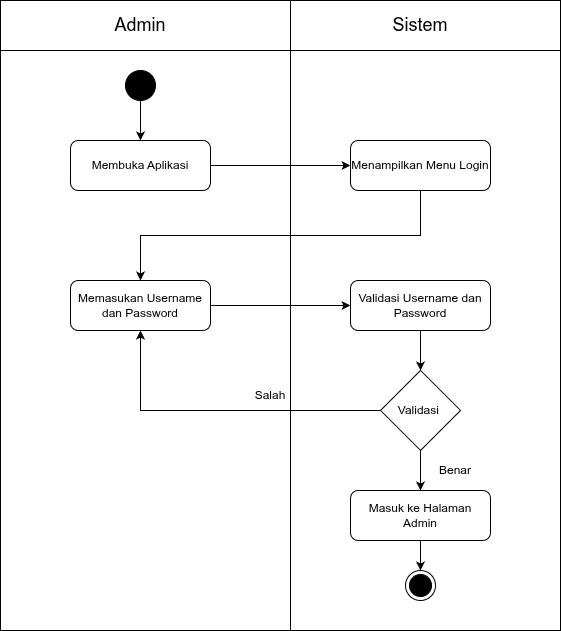
Before: diagram/activity/admin/login-admin.png, a diagram exported from draw.io (RajaSunrise/kangkungku). Source tidied: cells renumbered, new cells last; positions are measured from the earlier drawing's top-left corner, leaving out a move shared by most shapes.
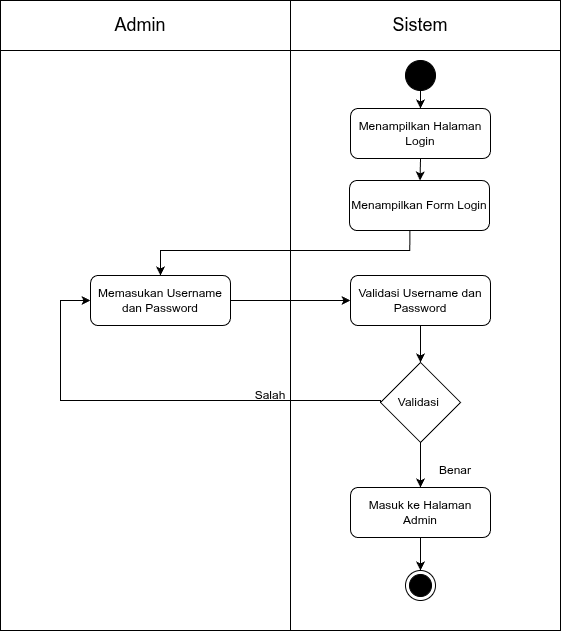
Above is the later version.

The edit, as a diff of the source:
```diff
@@ -12,47 +12,38 @@
       <mxGeometry x="370" y="10" width="100" height="30" as="geometry" />
     </mxCell>
     <mxCell id="5" style="ellipse;whiteSpace=wrap;html=1;strokeColor=light-dark(#000000,#000000);fillColor=#000000;fillStyle=auto;" parent="1" vertex="1">
-      <mxGeometry x="125" y="70" width="30" height="30" as="geometry" />
+      <mxGeometry x="405" y="60" width="30" height="30" as="geometry" />
     </mxCell>
-    <mxCell id="6" style="endArrow=classic;html=1;exitX=0.5;exitY=1;exitDx=0;exitDy=0;entryX=0.5;entryY=0;entryDx=0;entryDy=0;edgeStyle=orthogonalEdgeStyle;rounded=0;" parent="1" edge="1" source="5" target="7">
+    <mxCell id="6" style="endArrow=classic;html=1;exitX=0.5;exitY=1;exitDx=0;exitDy=0;entryX=0.5;entryY=0;entryDx=0;entryDy=0;edgeStyle=orthogonalEdgeStyle;rounded=0;" parent="1" edge="1" source="5" target="8">
       <mxGeometry relative="1" as="geometry" />
     </mxCell>
-    <mxCell id="7" value="Membuka Aplikasi" style="rounded=1;whiteSpace=wrap;html=1;" parent="1" vertex="1">
-      <mxGeometry x="70" y="140" width="140" height="50" as="geometry" />
-    </mxCell>
+    <mxCell id="23" style="edgeStyle=none;html=1;exitX=0.5;exitY=1;exitDx=0;exitDy=0;" parent="1" edge="1" source="8" target="24">
+      <mxGeometry relative="1" as="geometry" />
+    </mxCell>
-    <mxCell id="8" value="Menampilkan Menu Login" style="rounded=1;whiteSpace=wrap;html=1;" parent="1" vertex="1">
-      <mxGeometry x="350" y="140" width="140" height="50" as="geometry" />
+    <mxCell id="8" value="Menampilkan Halaman Login" style="rounded=1;whiteSpace=wrap;html=1;" parent="1" vertex="1">
+      <mxGeometry x="350" y="108" width="140" height="50" as="geometry" />
     </mxCell>
     <mxCell id="9" value="Memasukan Username dan Password" style="rounded=1;whiteSpace=wrap;html=1;" parent="1" vertex="1">
-      <mxGeometry x="70" y="280" width="140" height="50" as="geometry" />
+      <mxGeometry x="90" y="275" width="140" height="50" as="geometry" />
     </mxCell>
-    <mxCell id="10" style="endArrow=classic;html=1;exitX=1;exitY=0.5;exitDx=0;exitDy=0;entryX=0;entryY=0.5;entryDx=0;entryDy=0;edgeStyle=orthogonalEdgeStyle;rounded=0;" parent="1" edge="1" source="7" target="8">
-      <mxGeometry relative="1" as="geometry" />
-    </mxCell>
-    <mxCell id="11" style="endArrow=classic;html=1;exitX=0.5;exitY=1;exitDx=0;exitDy=0;entryX=0.5;entryY=0;entryDx=0;entryDy=0;edgeStyle=orthogonalEdgeStyle;rounded=0;" parent="1" edge="1" source="8" target="9">
-      <mxGeometry relative="1" as="geometry">
-        <Array as="points">
-          <mxPoint x="420" y="235" />
-          <mxPoint x="140" y="235" />
-        </Array>
-      </mxGeometry>
-    </mxCell>
     <mxCell id="12" value="Validasi Username dan Password" style="rounded=1;whiteSpace=wrap;html=1;" parent="1" vertex="1">
-      <mxGeometry x="350" y="280" width="140" height="50" as="geometry" />
+      <mxGeometry x="350" y="275" width="140" height="50" as="geometry" />
     </mxCell>
     <mxCell id="13" style="endArrow=classic;html=1;exitX=1;exitY=0.5;exitDx=0;exitDy=0;entryX=0;entryY=0.5;entryDx=0;entryDy=0;edgeStyle=orthogonalEdgeStyle;rounded=0;" parent="1" edge="1" source="9" target="12">
       <mxGeometry relative="1" as="geometry" />
     </mxCell>
     <mxCell id="14" value="Validasi&amp;nbsp;" style="rhombus;whiteSpace=wrap;html=1;" parent="1" vertex="1">
-      <mxGeometry x="380" y="370" width="80" height="80" as="geometry" />
+      <mxGeometry x="380" y="362" width="80" height="80" as="geometry" />
     </mxCell>
     <mxCell id="15" style="endArrow=classic;html=1;exitX=0.5;exitY=1;exitDx=0;exitDy=0;entryX=0.5;entryY=0;entryDx=0;entryDy=0;edgeStyle=orthogonalEdgeStyle;rounded=0;" parent="1" edge="1" source="12" target="14">
       <mxGeometry relative="1" as="geometry" />
     </mxCell>
-    <mxCell id="16" style="endArrow=classic;html=1;exitX=0;exitY=0.5;exitDx=0;exitDy=0;entryX=0.5;entryY=1;exitDx=0;exitDy=0;entryDx=0;entryDy=0;edgeStyle=orthogonalEdgeStyle;rounded=0;" parent="1" edge="1" source="14" target="9">
+    <mxCell id="16" style="endArrow=classic;html=1;exitX=0;exitY=0.5;exitDx=0;exitDy=0;entryX=0;entryY=0.5;exitDx=0;exitDy=0;entryDx=0;entryDy=0;edgeStyle=orthogonalEdgeStyle;rounded=0;" parent="1" edge="1" source="14" target="9">
       <mxGeometry relative="1" as="geometry">
         <Array as="points">
-          <mxPoint x="140" y="410" />
+          <mxPoint x="380" y="400" />
+          <mxPoint x="60" y="400" />
+          <mxPoint x="60" y="300" />
         </Array>
       </mxGeometry>
     </mxCell>
@@ -63,7 +54,7 @@
       <mxGeometry x="425" y="455" width="60" height="30" as="geometry" />
     </mxCell>
     <mxCell id="19" value="Masuk ke Halaman Admin" style="rounded=1;whiteSpace=wrap;html=1;" parent="1" vertex="1">
-      <mxGeometry x="350" y="490" width="140" height="50" as="geometry" />
+      <mxGeometry x="350" y="487" width="140" height="50" as="geometry" />
     </mxCell>
     <mxCell id="20" style="endArrow=classic;html=1;exitX=0.5;exitY=1;exitDx=0;exitDy=0;entryX=0.5;entryY=0;entryDx=0;entryDy=0;edgeStyle=orthogonalEdgeStyle;rounded=0;" parent="1" edge="1" source="14" target="19">
       <mxGeometry relative="1" as="geometry" />
@@ -74,5 +65,16 @@
     <mxCell id="22" style="endArrow=classic;html=1;exitX=0.5;exitY=1;exitDx=0;exitDy=0;entryX=0.5;entryY=0;entryDx=0;entryDy=0;edgeStyle=orthogonalEdgeStyle;rounded=0;" parent="1" edge="1" source="19" target="21">
       <mxGeometry relative="1" as="geometry" />
     </mxCell>
+    <mxCell id="24" value="Menampilkan Form Login" style="rounded=1;whiteSpace=wrap;html=1;" parent="1" vertex="1">
+      <mxGeometry x="349" y="180" width="140" height="50" as="geometry" />
+    </mxCell>
+    <mxCell id="25" style="endArrow=classic;html=1;exitX=0.431;exitY=1.008;exitDx=0;exitDy=0;exitDx=0;exitDy=0;edgeStyle=orthogonalEdgeStyle;rounded=0;exitPerimeter=0;entryX=0.5;entryY=0;entryDx=0;entryDy=0;" parent="1" edge="1" source="24" target="9">
+      <mxGeometry relative="1" as="geometry">
+        <Array as="points">
+          <mxPoint x="409" y="250" />
+          <mxPoint x="160" y="250" />
+        </Array>
+      </mxGeometry>
+    </mxCell>
   </root>
 </mxGraphModel>
```
